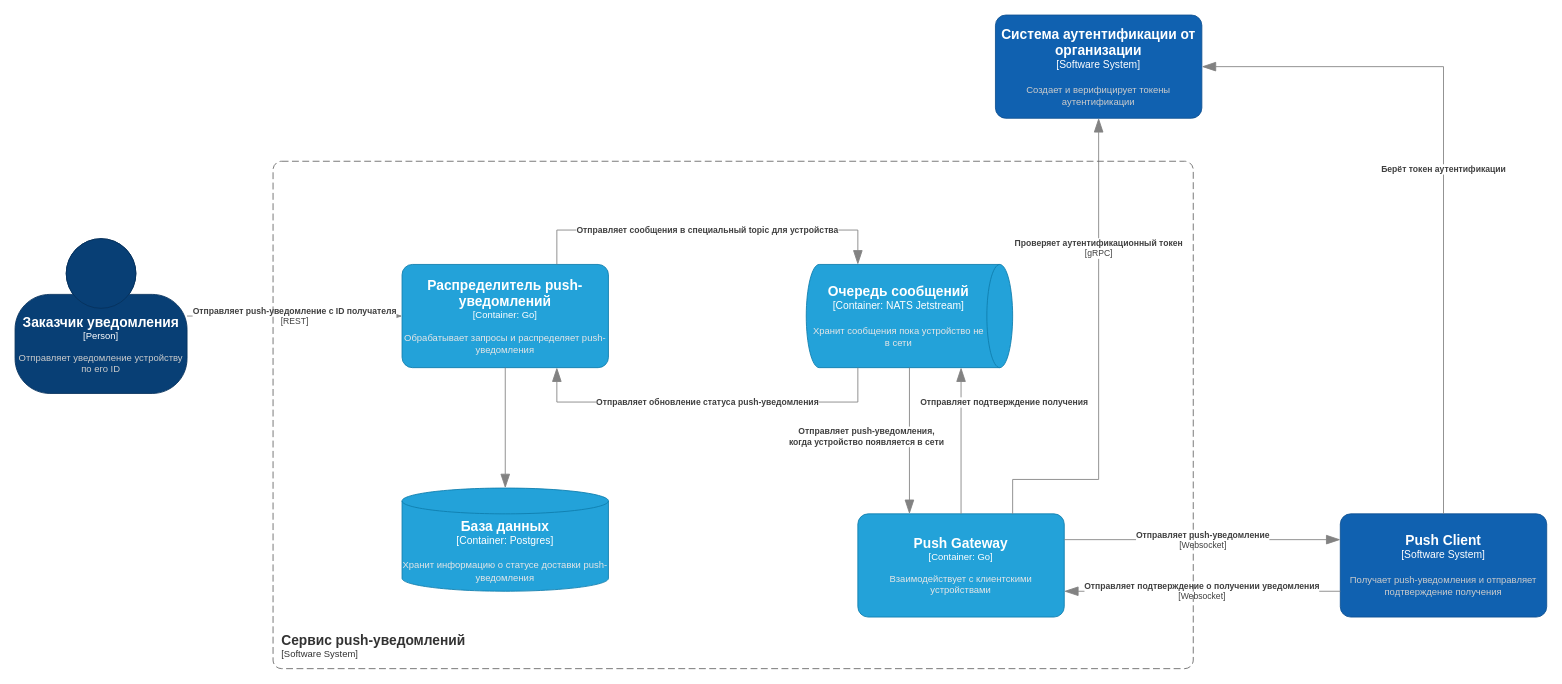
Arlet2/diploma keeps this draw.io diagram as docs/diploma.drawio. Above is the earlier version. Source tidied: cells renumbered, new cells numbered last; positions are measured from the earlier drawing's top-left corner, leaving out a move shared by most shapes. Both pictures are drawn from the tidied source at 86%, with x=0, y=0 at pixel (15, 15).
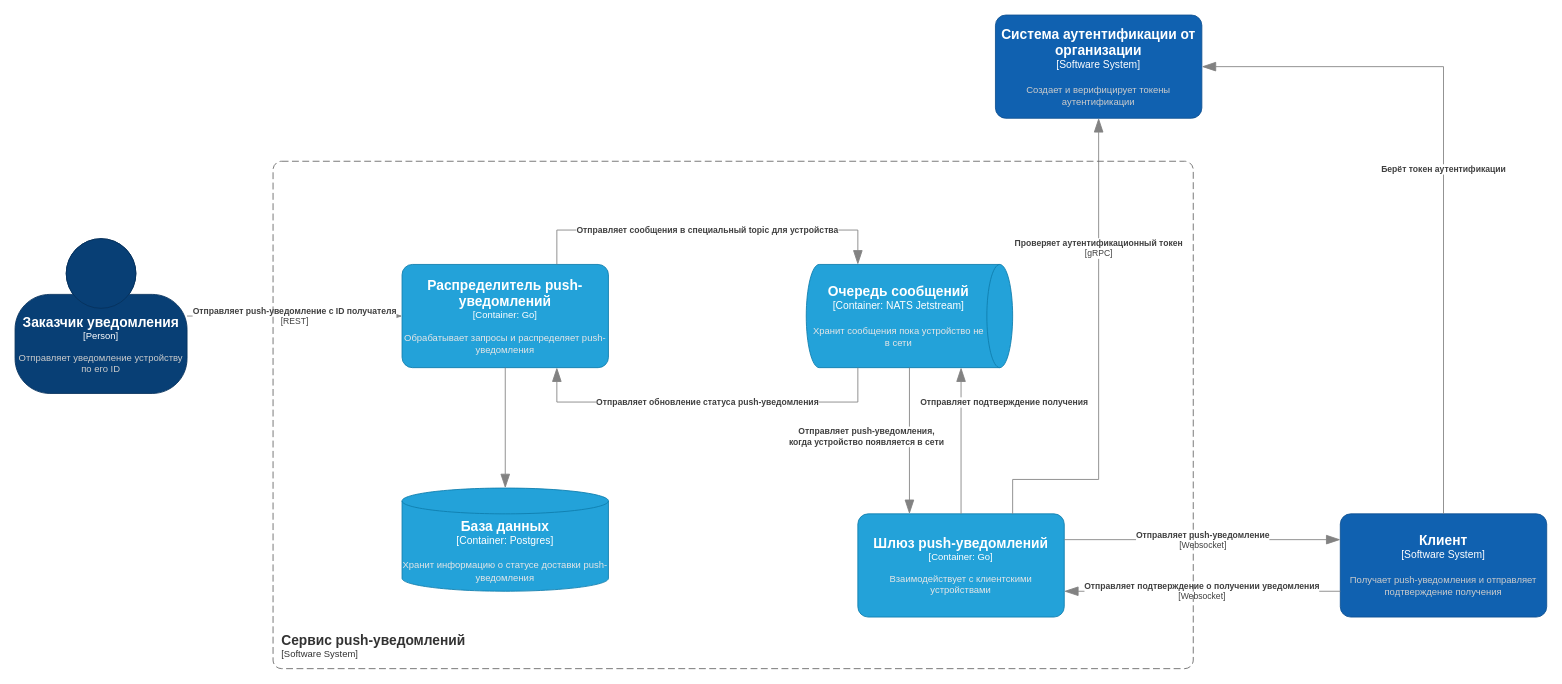
The same page after the edit.

What changed in the source:
```diff
@@
-    <object id="4" label="&lt;font style=&quot;font-size: 16px&quot;&gt;&lt;b&gt;%c4Name%&lt;/b&gt;&lt;/font&gt;&lt;div&gt;[%c4Type%: %c4Technology%]&lt;/div&gt;&lt;br&gt;&lt;div&gt;&lt;font style=&quot;font-size: 11px&quot;&gt;&lt;font color=&quot;#E6E6E6&quot;&gt;%c4Description%&lt;/font&gt;&lt;/div&gt;" c4Description="Взаимодействует с клиентскими устройствами" c4Name="Push Gateway" c4Technology="Go" c4Type="Container" placeholders="1">
+    <object id="4" label="&lt;font style=&quot;font-size: 16px&quot;&gt;&lt;b&gt;%c4Name%&lt;/b&gt;&lt;/font&gt;&lt;div&gt;[%c4Type%: %c4Technology%]&lt;/div&gt;&lt;br&gt;&lt;div&gt;&lt;font style=&quot;font-size: 11px&quot;&gt;&lt;font color=&quot;#E6E6E6&quot;&gt;%c4Description%&lt;/font&gt;&lt;/div&gt;" c4Description="Взаимодействует с клиентскими устройствами" c4Name="Шлюз push-уведомлений" c4Technology="Go" c4Type="Container" placeholders="1">
       <mxCell style="rounded=1;whiteSpace=wrap;html=1;fontSize=11;labelBackgroundColor=none;fillColor=#23A2D9;fontColor=#ffffff;align=center;arcSize=10;strokeColor=#0E7DAD;points=[[0.25,0,0],[0.5,0,0],[0.75,0,0],[1,0.25,0],[1,0.5,0],[1,0.75,0],[0.75,1,0],[0.5,1,0],[0.25,1,0],[0,0.75,0],[0,0.5,0],[0,0.25,0]];" parent="1" vertex="1">
         <mxGeometry x="980" y="580" width="240" height="120" as="geometry" />
       </mxCell>
     </object>
@@
-    <object id="6" label="&lt;font style=&quot;font-size: 16px&quot;&gt;&lt;b&gt;%c4Name%&lt;/b&gt;&lt;/font&gt;&lt;div&gt;[%c4Type%]&lt;/div&gt;&lt;br&gt;&lt;div&gt;&lt;font style=&quot;font-size: 11px&quot;&gt;&lt;font color=&quot;#cccccc&quot;&gt;%c4Description%&lt;/font&gt;&lt;/div&gt;" c4Description="Получает push-уведомления и отправляет подтверждение получения" c4Name="Push Client" c4Type="Software System" placeholders="1">
+    <object id="6" label="&lt;font style=&quot;font-size: 16px&quot;&gt;&lt;b&gt;%c4Name%&lt;/b&gt;&lt;/font&gt;&lt;div&gt;[%c4Type%]&lt;/div&gt;&lt;br&gt;&lt;div&gt;&lt;font style=&quot;font-size: 11px&quot;&gt;&lt;font color=&quot;#cccccc&quot;&gt;%c4Description%&lt;/font&gt;&lt;/div&gt;" c4Description="Получает push-уведомления и отправляет подтверждение получения" c4Name="Клиент" c4Type="Software System" placeholders="1">
       <mxCell style="rounded=1;whiteSpace=wrap;html=1;labelBackgroundColor=none;fillColor=#1061B0;fontColor=#ffffff;align=center;arcSize=10;strokeColor=#0D5091;points=[[0.25,0,0],[0.5,0,0],[0.75,0,0],[1,0.25,0],[1,0.5,0],[1,0.75,0],[0.75,1,0],[0.5,1,0],[0.25,1,0],[0,0.75,0],[0,0.5,0],[0,0.25,0]];" parent="1" vertex="1">
         <mxGeometry x="1541" y="580" width="240" height="120" as="geometry" />
       </mxCell>
     </object>
```
